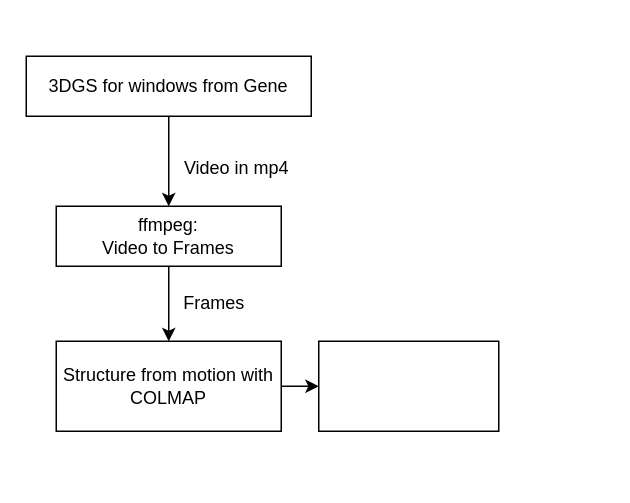
Above: 3DGS Pipeline.drawio in aza1re/Fisheye-GS (draw.io), before the change. Source tidied: cells renumbered, new cells numbered last; positions are measured from the earlier drawing's top-left corner, leaving out a move shared by most shapes. Both pictures are drawn from the tidied source at 150%, with x=0, y=0 at pixel (26, 56).
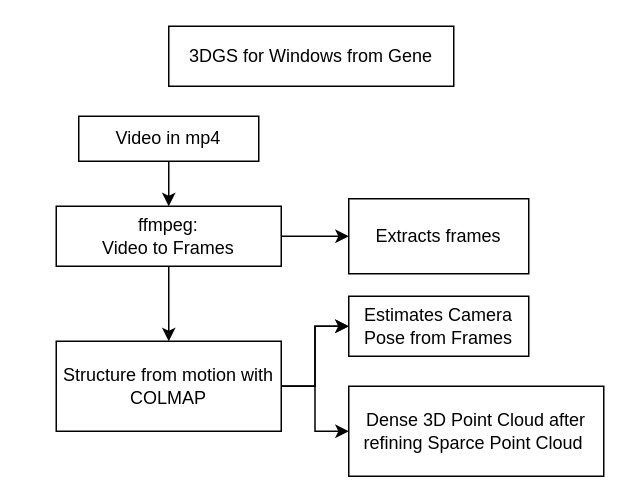
The same page after the edit.

The edit, as a diff of the source:
```diff
@@
 <mxGraphModel>
   <root>
     <mxCell id="0" />
     <mxCell id="1" parent="0" />
     <mxCell id="2" style="edgeStyle=orthogonalEdgeStyle;rounded=0;jettySize=auto;html=1;" parent="1" edge="1" source="3" target="7">
       <mxGeometry relative="1" as="geometry" />
     </mxCell>
+    <mxCell id="11" style="edgeStyle=orthogonalEdgeStyle;rounded=0;jettySize=auto;html=1;" parent="1" edge="1" source="3">
+      <mxGeometry relative="1" as="geometry">
+        <mxPoint x="215" y="120" as="targetPoint" />
+      </mxGeometry>
+    </mxCell>
     <mxCell id="3" value="ffmpeg: &lt;br&gt;Video to Frames" style="rounded=0;whiteSpace=wrap;html=1;" parent="1" vertex="1">
       <mxGeometry x="20" y="100" width="150" height="40" as="geometry" />
     </mxCell>
-    <mxCell id="4" style="edgeStyle=orthogonalEdgeStyle;rounded=0;jettySize=auto;html=1;entryX=0.5;entryY=0;entryDx=0;entryDy=0;" parent="1" edge="1" source="5" target="3">
-      <mxGeometry relative="1" as="geometry" />
-    </mxCell>
-    <mxCell id="5" value="&lt;span style=&quot;text-wrap-mode: nowrap;&quot;&gt;3DGS for windows from Gene&lt;/span&gt;" style="rounded=0;whiteSpace=wrap;html=1;" parent="1" vertex="1">
-      <mxGeometry width="190" height="40" as="geometry" />
+    <mxCell id="5" value="&lt;span style=&quot;text-wrap-mode: nowrap;&quot;&gt;3DGS for Windows from Gene&lt;/span&gt;" style="rounded=0;whiteSpace=wrap;html=1;" parent="1" vertex="1">
+      <mxGeometry x="95" y="-20" width="190" height="40" as="geometry" />
     </mxCell>
     <mxCell id="6" style="edgeStyle=orthogonalEdgeStyle;rounded=0;jettySize=auto;html=1;" parent="1" edge="1" source="7" target="10">
       <mxGeometry relative="1" as="geometry" />
     </mxCell>
+    <mxCell id="12" style="edgeStyle=orthogonalEdgeStyle;rounded=0;jettySize=auto;html=1;" parent="1" edge="1" source="7" target="10">
+      <mxGeometry relative="1" as="geometry" />
+    </mxCell>
+    <mxCell id="13" style="edgeStyle=orthogonalEdgeStyle;rounded=0;jettySize=auto;html=1;entryX=0;entryY=0.5;entryDx=0;entryDy=0;" parent="1" edge="1" source="7" target="14">
+      <mxGeometry relative="1" as="geometry" />
+    </mxCell>
     <mxCell id="7" value="Structure from motion with COLMAP" style="whiteSpace=wrap;html=1;rounded=0;" parent="1" vertex="1">
       <mxGeometry x="20" y="190" width="150" height="60" as="geometry" />
     </mxCell>
+    <mxCell id="10" value="Estimates Camera Pose from Frames" style="whiteSpace=wrap;html=1;rounded=0;" parent="1" vertex="1">
+      <mxGeometry x="215" y="160" width="120" height="40" as="geometry" />
+    </mxCell>
+    <mxCell id="14" value="Dense 3D Point Cloud after refining Sparce Point Cloud&amp;nbsp;" style="whiteSpace=wrap;html=1;rounded=0;" parent="1" vertex="1">
+      <mxGeometry x="215" y="220" width="170" height="60" as="geometry" />
+    </mxCell>
+    <mxCell id="15" style="edgeStyle=orthogonalEdgeStyle;rounded=0;jettySize=auto;html=1;entryX=0.5;entryY=0;entryDx=0;entryDy=0;" parent="1" edge="1" source="8" target="3">
+      <mxGeometry relative="1" as="geometry" />
+    </mxCell>
-    <mxCell id="8" value="Video in mp4" style="text;html=1;align=center;verticalAlign=middle;points=[];strokeColor=none;fillColor=none;" parent="1" vertex="1">
-      <mxGeometry x="95" y="60" width="90" height="30" as="geometry" />
+    <mxCell id="8" value="&lt;span style=&quot;text-wrap-mode: nowrap;&quot;&gt;Video in mp4&lt;/span&gt;" style="rounded=0;whiteSpace=wrap;html=1;" parent="1" vertex="1">
+      <mxGeometry x="35" y="40" width="120" height="30" as="geometry" />
     </mxCell>
-    <mxCell id="9" value="Frames" style="text;html=1;align=center;verticalAlign=middle;strokeColor=none;fillColor=none;" parent="1" vertex="1">
-      <mxGeometry x="95" y="150" width="60" height="30" as="geometry" />
-    </mxCell>
-    <mxCell id="10" style="whiteSpace=wrap;html=1;rounded=0;" parent="1" vertex="1">
-      <mxGeometry x="195" y="190" width="120" height="60" as="geometry" />
-    </mxCell>
+    <mxCell id="16" value="Extracts frames" style="whiteSpace=wrap;html=1;rounded=0;" parent="1" vertex="1">
+      <mxGeometry x="215" y="95" width="120" height="50" as="geometry" />
+    </mxCell>
   </root>
 </mxGraphModel>
```
